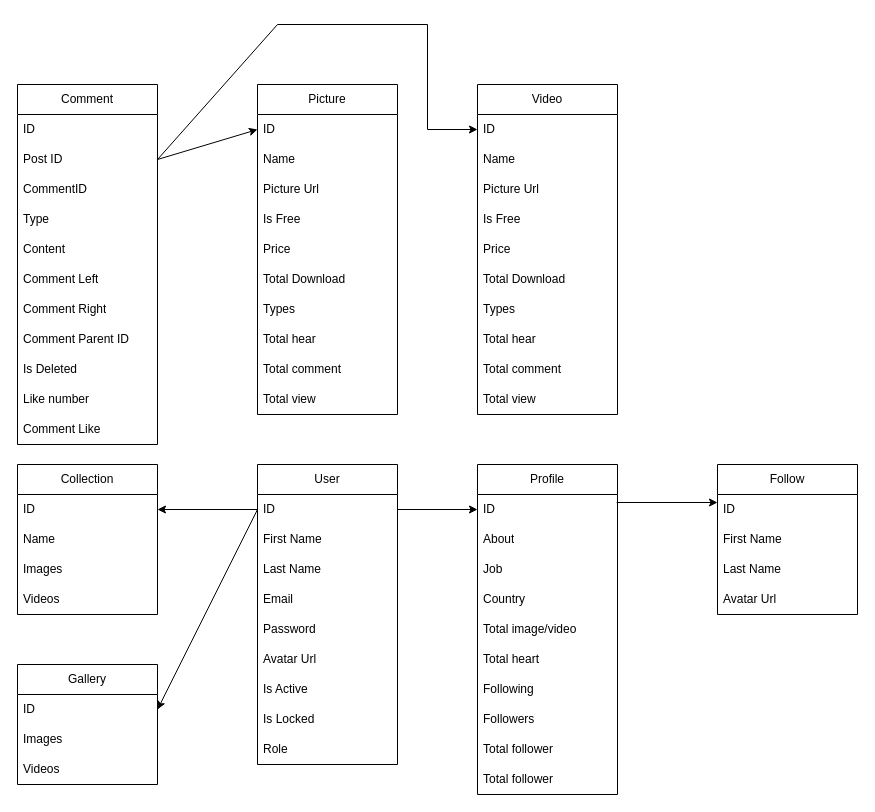
The draw.io diagram Untitled Diagram.drawio in hoangdat12/PhotoApp, before the edit. Source tidied: cells renumbered, new cells numbered last; positions are measured from the earlier drawing's top-left corner, leaving out a move shared by most shapes. Both pictures are drawn from the tidied source at 100%, with x=0, y=0 at pixel (17, 24).
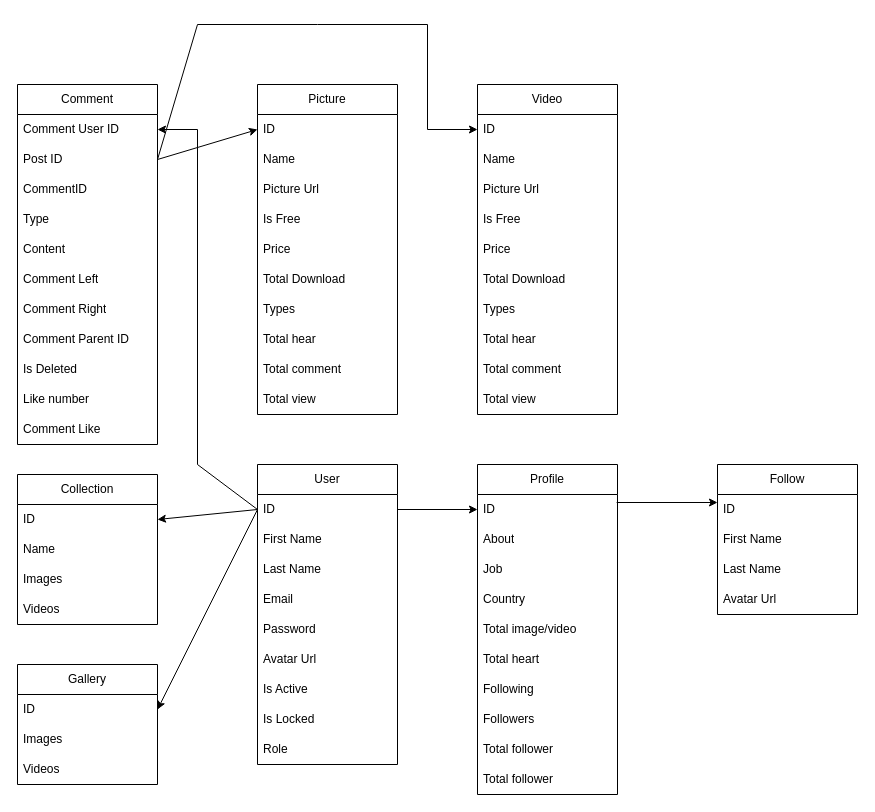
The same page after the edit.

The change refers to these unchanged cells:
```xml
<mxCell id="3" value="ID" style="text;strokeColor=none;fillColor=none;align=left;verticalAlign=middle;spacingLeft=4;spacingRight=4;overflow=hidden;points=[[0,0.5],[1,0.5]];portConstraint=eastwest;whiteSpace=wrap;html=1;" parent="2" vertex="1">
  <mxGeometry y="30" width="140" height="30" as="geometry" />
</mxCell>
<mxCell id="35" value="ID" style="text;strokeColor=none;fillColor=none;align=left;verticalAlign=middle;spacingLeft=4;spacingRight=4;overflow=hidden;points=[[0,0.5],[1,0.5]];portConstraint=eastwest;whiteSpace=wrap;html=1;" parent="34" vertex="1">
  <mxGeometry y="30" width="140" height="30" as="geometry" />
</mxCell>
<mxCell id="56" value="Comment" style="swimlane;fontStyle=0;horizontal=1;startSize=30;whiteSpace=wrap;html=1;" parent="1" vertex="1">
  <mxGeometry y="60" width="140" height="360" as="geometry" />
</mxCell>
<mxCell id="58" value="Post ID" style="text;strokeColor=none;fillColor=none;align=left;verticalAlign=middle;spacingLeft=4;spacingRight=4;overflow=hidden;points=[[0,0.5],[1,0.5]];portConstraint=eastwest;whiteSpace=wrap;html=1;" parent="56" vertex="1">
  <mxGeometry y="60" width="140" height="30" as="geometry" />
</mxCell>
```

The edit, as a diff of the source:
```diff
@@
     <mxCell id="45" value="Collection" style="swimlane;fontStyle=0;horizontal=1;startSize=30;whiteSpace=wrap;html=1;" parent="1" vertex="1">
-      <mxGeometry y="440" width="140" height="150" as="geometry" />
+      <mxGeometry y="450" width="140" height="150" as="geometry" />
     </mxCell>
@@
-    <mxCell id="57" value="ID" style="text;strokeColor=none;fillColor=none;align=left;verticalAlign=middle;spacingLeft=4;spacingRight=4;overflow=hidden;points=[[0,0.5],[1,0.5]];portConstraint=eastwest;whiteSpace=wrap;html=1;" parent="56" vertex="1">
+    <mxCell id="57" value="Comment User ID" style="text;strokeColor=none;fillColor=none;align=left;verticalAlign=middle;spacingLeft=4;spacingRight=4;overflow=hidden;points=[[0,0.5],[1,0.5]];portConstraint=eastwest;whiteSpace=wrap;html=1;" parent="56" vertex="1">
       <mxGeometry y="30" width="140" height="30" as="geometry" />
     </mxCell>
@@
     <mxCell id="69" style="endArrow=classic;html=1;rounded=0;exitX=1;exitY=0.5;exitDx=0;exitDy=0;entryX=0;entryY=0.5;entryDx=0;entryDy=0;" parent="1" edge="1" source="58" target="35">
       <mxGeometry relative="1" as="geometry">
         <Array as="points">
-          <mxPoint x="260" />
+          <mxPoint x="180" />
+          <mxPoint x="300" />
           <mxPoint x="410" />
           <mxPoint x="410" y="105" />
         </Array>
       </mxGeometry>
     </mxCell>
@@
+    <mxCell id="77" style="endArrow=classic;html=1;rounded=0;exitX=0;exitY=0.5;exitDx=0;exitDy=0;entryX=1;entryY=0.5;entryDx=0;entryDy=0;" parent="1" edge="1" source="3" target="57">
+      <mxGeometry relative="1" as="geometry">
+        <Array as="points">
+          <mxPoint x="180" y="440" />
+          <mxPoint x="180" y="105" />
+        </Array>
+      </mxGeometry>
+    </mxCell>
```
